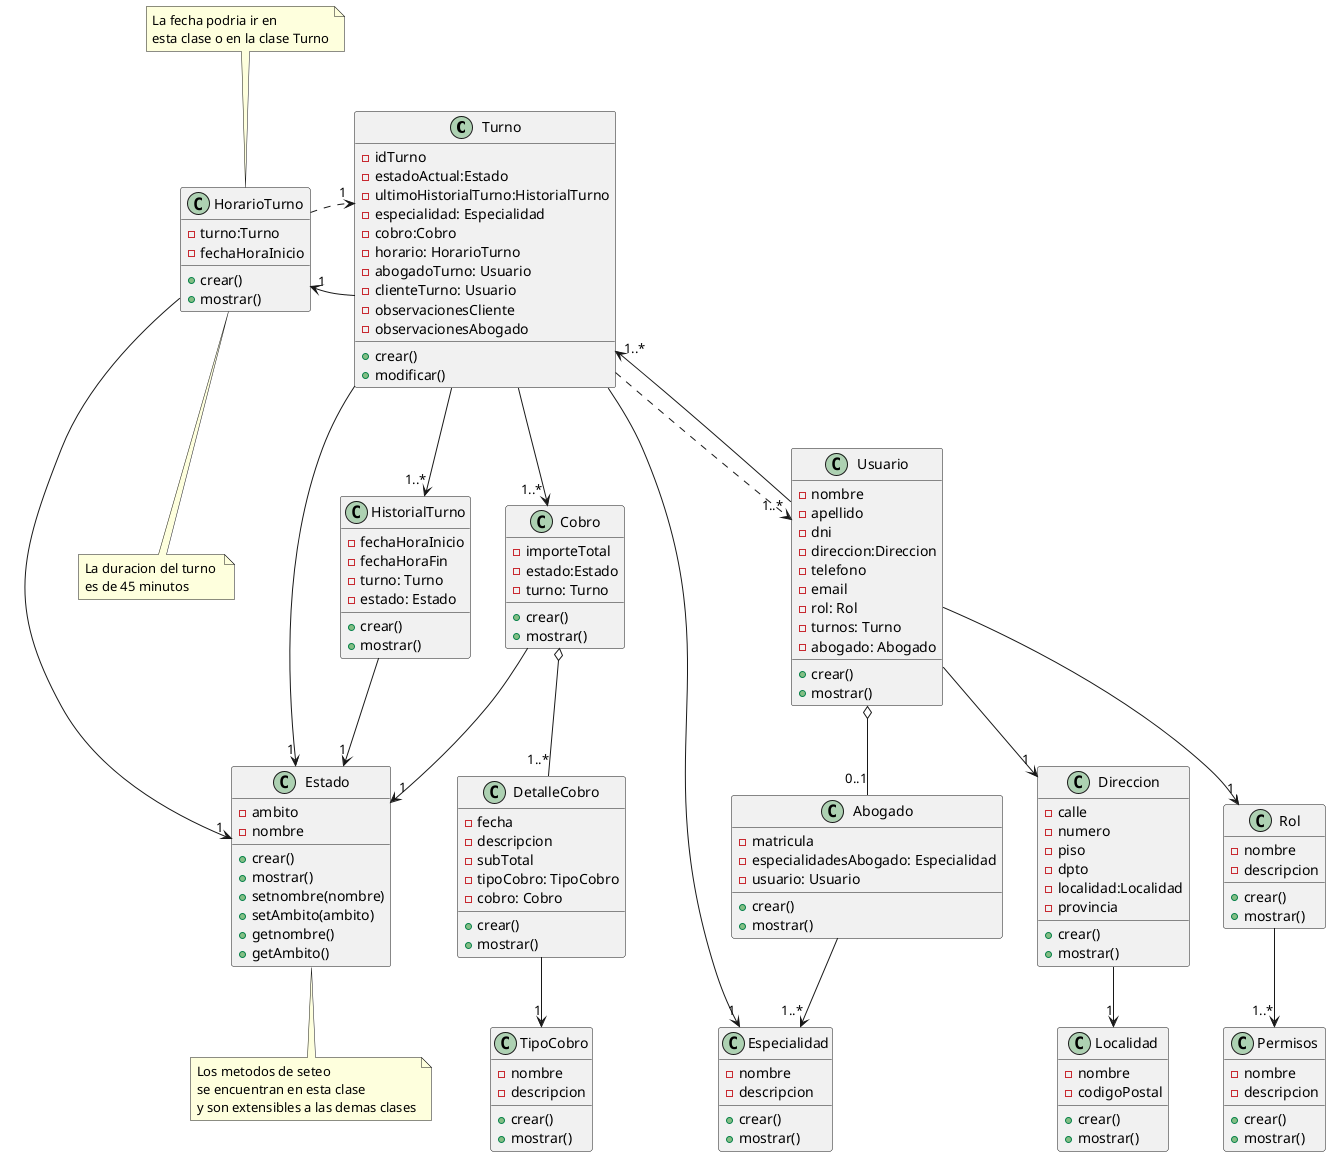
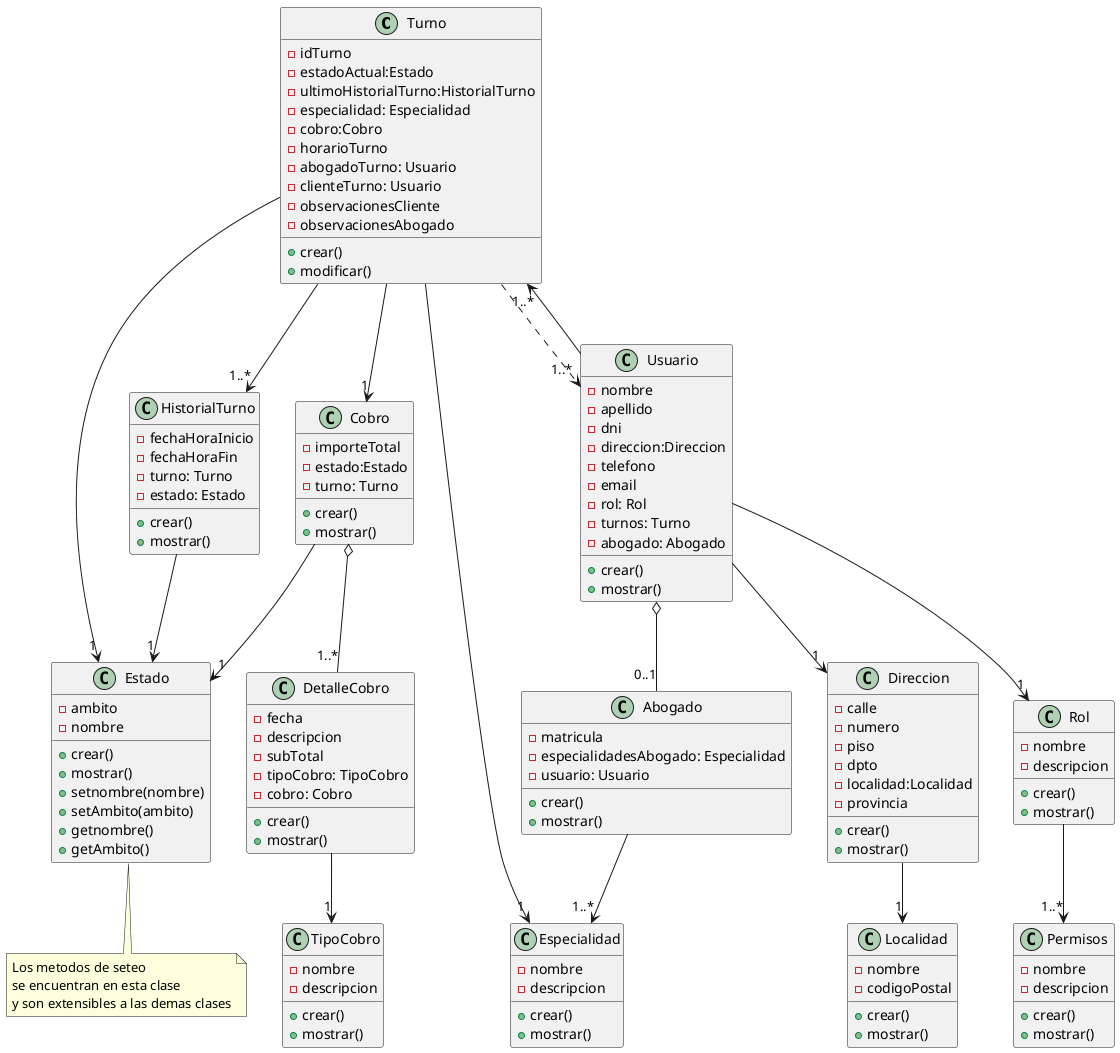
@startuml Diagrama de Clases
class Turno {
    - idTurno
    - estadoActual:Estado
    - ultimoHistorialTurno:HistorialTurno
    - especialidad: Especialidad
    - cobro:Cobro
-     - horario: HorarioTurno
+     - horarioTurno
    - abogadoTurno: Usuario
    - clienteTurno: Usuario
    - observacionesCliente
    - observacionesAbogado
    + crear()
    + modificar()
}
- Turno --> "1..* "Cobro
+ Turno --> "1"Cobro
Turno -> "1" Estado
Turno -->"1..*" HistorialTurno
Turno --> "1" Especialidad
- Turno -left-> "1"HorarioTurno
Turno ..> "1..*"Usuario

class Especialidad {
    - nombre
    - descripcion
    + crear()
    + mostrar()
}

class Usuario{
    - nombre
    - apellido
    - dni
    - direccion:Direccion
    - telefono
    - email
    - rol: Rol
    - turnos: Turno
    - abogado: Abogado
    + crear()
    + mostrar()
}

Usuario -->"1" Direccion
Usuario -->"1" Rol
Usuario -->"1..*" Turno
Usuario o--"0..1" Abogado

class Rol{
    - nombre
    - descripcion
    + crear()
    + mostrar()
}

Rol--> "1..*" Permisos

class Permisos {
    - nombre
    - descripcion
    + crear()
    + mostrar()
}

class Abogado {
    - matricula
    - especialidadesAbogado: Especialidad
    - usuario: Usuario
    + crear()
    + mostrar()
}

Abogado -->"1..*" Especialidad

class HistorialTurno{
    - fechaHoraInicio
    - fechaHoraFin
    - turno: Turno
    - estado: Estado
    + crear()
    + mostrar()
}

HistorialTurno -->"1" Estado

class Cobro {
    - importeTotal
    - estado:Estado
    - turno: Turno
    + crear()
    + mostrar()
}

Cobro o--"1..*" DetalleCobro
Cobro -->"1" Estado

class DetalleCobro {
    - fecha
    - descripcion
    - subTotal
    - tipoCobro: TipoCobro
    - cobro: Cobro
    + crear()
    + mostrar()
}

DetalleCobro --> "1" TipoCobro

class TipoCobro {
    - nombre
    - descripcion
    + crear()
    + mostrar()
}

class Estado{
    - ambito
    - nombre
    + crear()
    + mostrar()
    + setnombre(nombre)
    + setAmbito(ambito)
    + getnombre()
    + getAmbito()
}

note bottom of Estado : Los metodos de seteo \nse encuentran en esta clase \ny son extensibles a las demas clases

class Direccion{
    - calle
    - numero
    - piso
    - dpto
    - localidad:Localidad
    - provincia
    + crear()
    + mostrar()
}

Direccion -->"1" Localidad

class Localidad{
    - nombre
    - codigoPostal
    + crear()
    + mostrar()
}

- class HorarioTurno {
-     - turno:Turno
-     - fechaHoraInicio
-     + crear()
-     + mostrar()
- }
- note top of HorarioTurno : La fecha podria ir en \nesta clase o en la clase Turno
- note bottom of HorarioTurno: La duracion del turno \nes de 45 minutos
- 
- HorarioTurno --> "1"Estado
- HorarioTurno ..> "1"Turno
@enduml